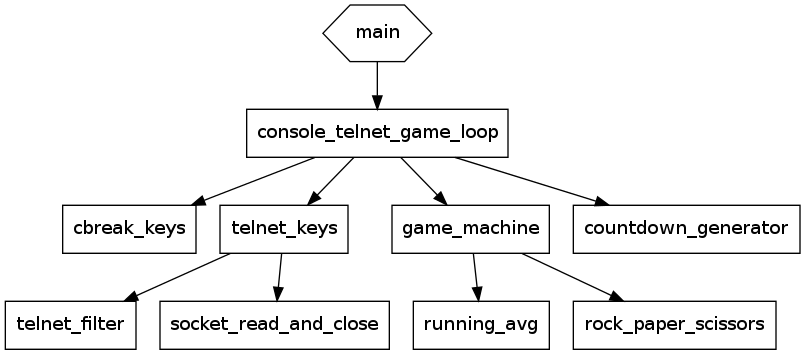
The Graphviz diagram everything.png in wardi/iterables-iterators-generators, before a commit. Its source is kept beside it as everything.dot.
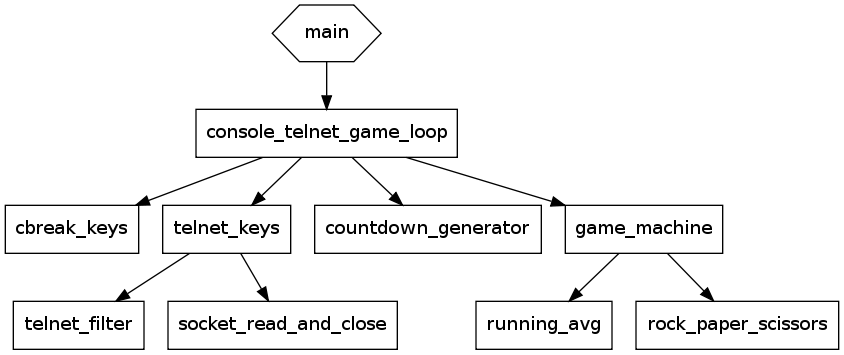
The same diagram one commit later.

Commit message:
make everything diagram less symmetric

Change to the diagram source:
```diff
@@ -7,7 +7,7 @@
 	console_telnet_game_loop -> cbreak_keys;
 	console_telnet_game_loop -> telnet_keys -> telnet_filter;
 	telnet_keys -> socket_read_and_close;
+	console_telnet_game_loop -> countdown_generator;
 	console_telnet_game_loop -> game_machine -> running_avg;
 	game_machine -> rock_paper_scissors;
-	console_telnet_game_loop -> countdown_generator;
 }
```
